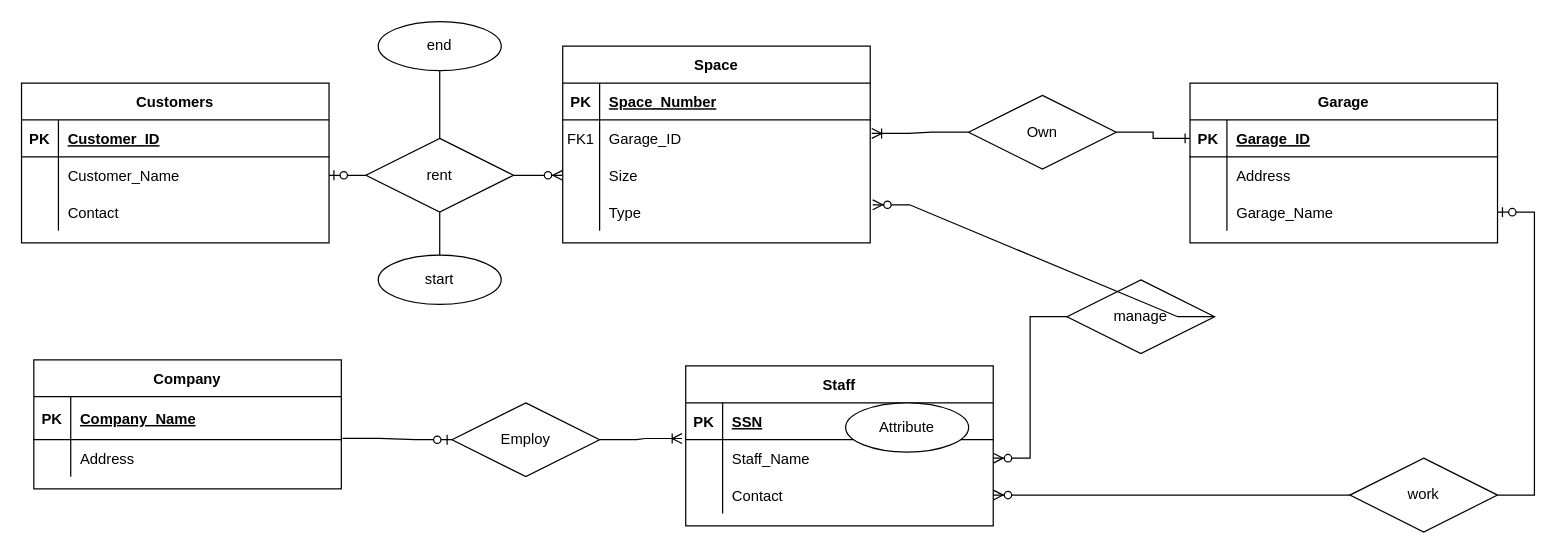
Above: Untitled Diagram.drawio in MooMooHorse/MATH221 (draw.io), before the change. Source tidied: cells renumbered, new cells numbered last; positions are measured from the earlier drawing's top-left corner, leaving out a move shared by most shapes. Both pictures are drawn from the tidied source at 123%, with x=0, y=0 at pixel (21, 21).
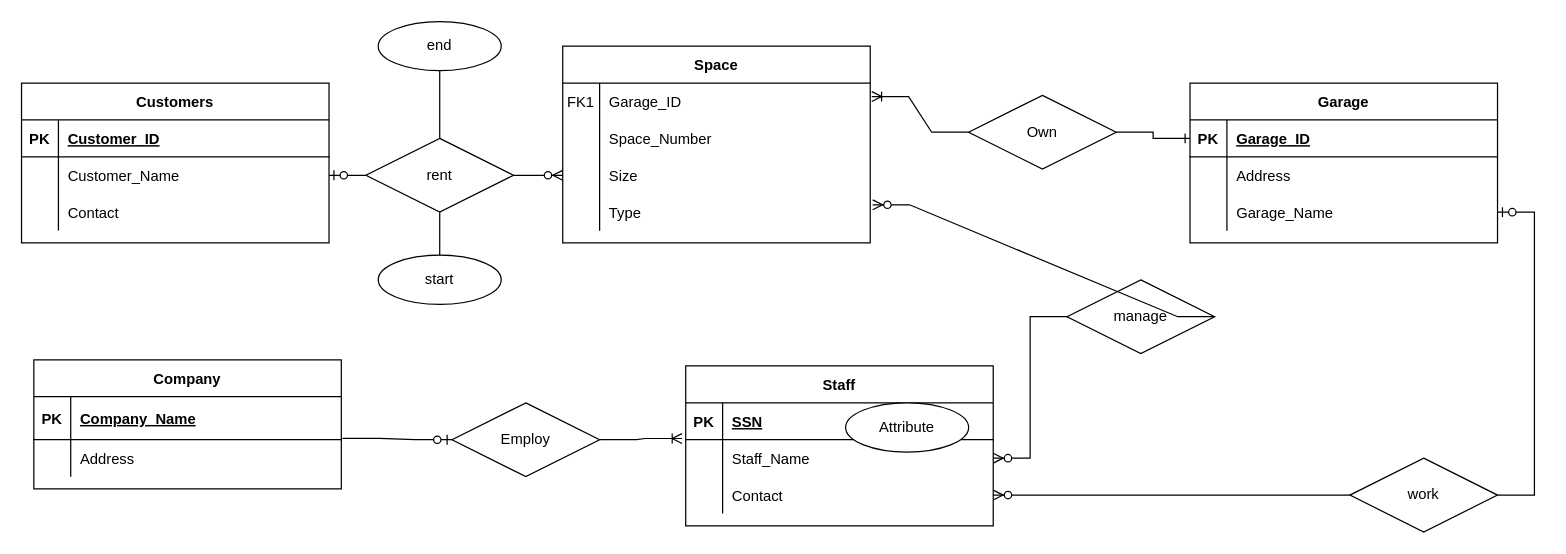
Above is the later version.

Unchanged cells that the change refers to:
```xml
<mxCell id="3" value="Space" style="shape=table;startSize=30;childLayout=tableLayout;rowLines=0;fontStyle=1;align=center;" parent="1" vertex="1">
  <mxGeometry x="440" y="20" width="250" height="160" as="geometry" />
</mxCell>
```

The edit, as a diff of the source:
```diff
@@
-    <mxCell id="4" style="shape=partialRectangle;fillColor=none;top=0;left=0;right=0;bottom=1;" parent="3" vertex="1">
-      <mxGeometry y="30" width="250" height="30" as="geometry" />
-    </mxCell>
-    <mxCell id="5" value="PK" style="shape=partialRectangle;overflow=hidden;fillColor=none;top=0;left=0;bottom=0;right=0;fontStyle=1;" parent="4" vertex="1">
-      <mxGeometry width="30" height="30" as="geometry" />
-    </mxCell>
-    <mxCell id="6" value="Space_Number" style="shape=partialRectangle;overflow=hidden;fillColor=none;top=0;left=0;bottom=0;right=0;align=left;spacingLeft=6;fontStyle=5;" parent="4" vertex="1">
-      <mxGeometry x="30" width="220" height="30" as="geometry" />
-    </mxCell>
     <mxCell id="7" style="shape=partialRectangle;fillColor=none;points=[[0,0.5],[1,0.5]];portConstraint=eastwest;top=0;left=0;right=0;bottom=0;" parent="3" vertex="1">
-      <mxGeometry y="60" width="250" height="30" as="geometry" />
+      <mxGeometry y="30" width="250" height="30" as="geometry" />
     </mxCell>
@@
+    <mxCell id="72" style="shape=partialRectangle;fillColor=none;top=0;left=0;right=0;bottom=0;" parent="3" vertex="1">
+      <mxGeometry y="60" width="250" height="30" as="geometry" />
+    </mxCell>
+    <mxCell id="73" style="shape=partialRectangle;overflow=hidden;fillColor=none;top=0;left=0;bottom=0;right=0;" parent="72" vertex="1">
+      <mxGeometry width="30" height="30" as="geometry" />
+    </mxCell>
+    <mxCell id="6" value="Space_Number" style="shape=partialRectangle;overflow=hidden;fillColor=none;top=0;left=0;bottom=0;right=0;align=left;spacingLeft=6;" parent="72" vertex="1">
+      <mxGeometry x="30" width="220" height="30" as="geometry" />
+    </mxCell>
```
